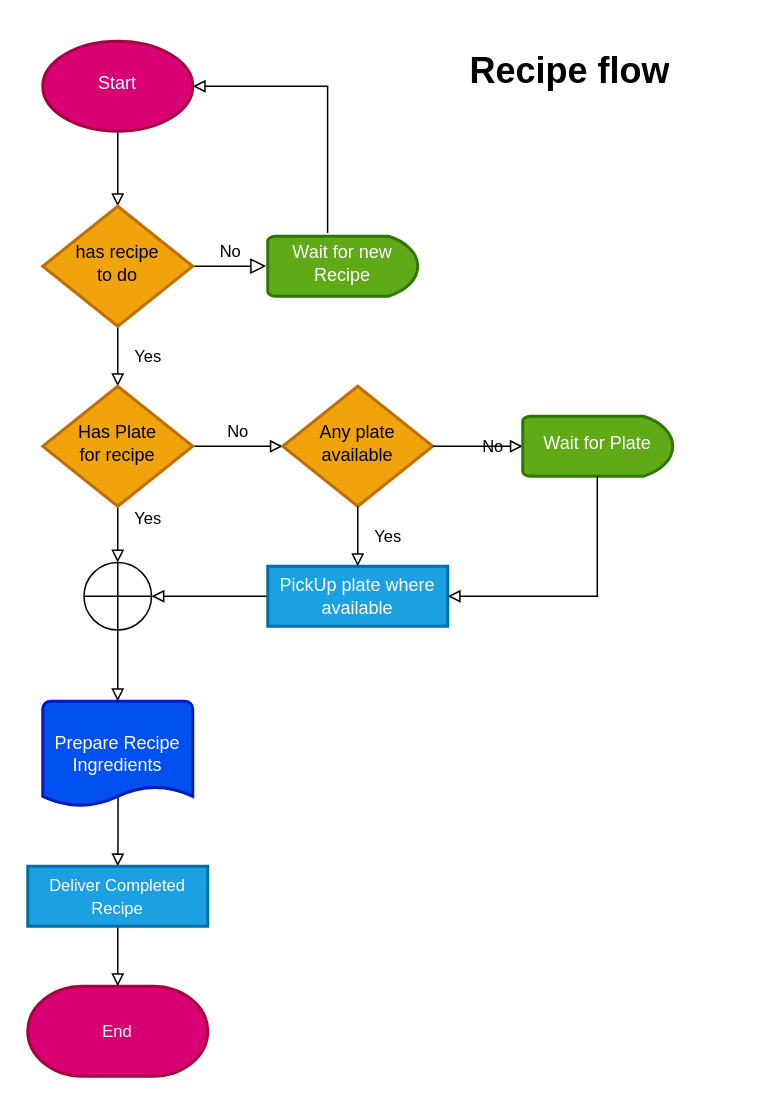
Earlier version of the draw.io diagram page "recipe_flow" (1 of 3) of .github/diagrams/CookedUp_Bot_Logic.drawio (Farfi55/CookedUp). Source tidied: cells renumbered, new cells numbered last; positions are measured from the earlier drawing's top-left corner, leaving out a move shared by most shapes. Both pictures are drawn from the tidied source at 150%, with x=0, y=0 at pixel (27, 40).
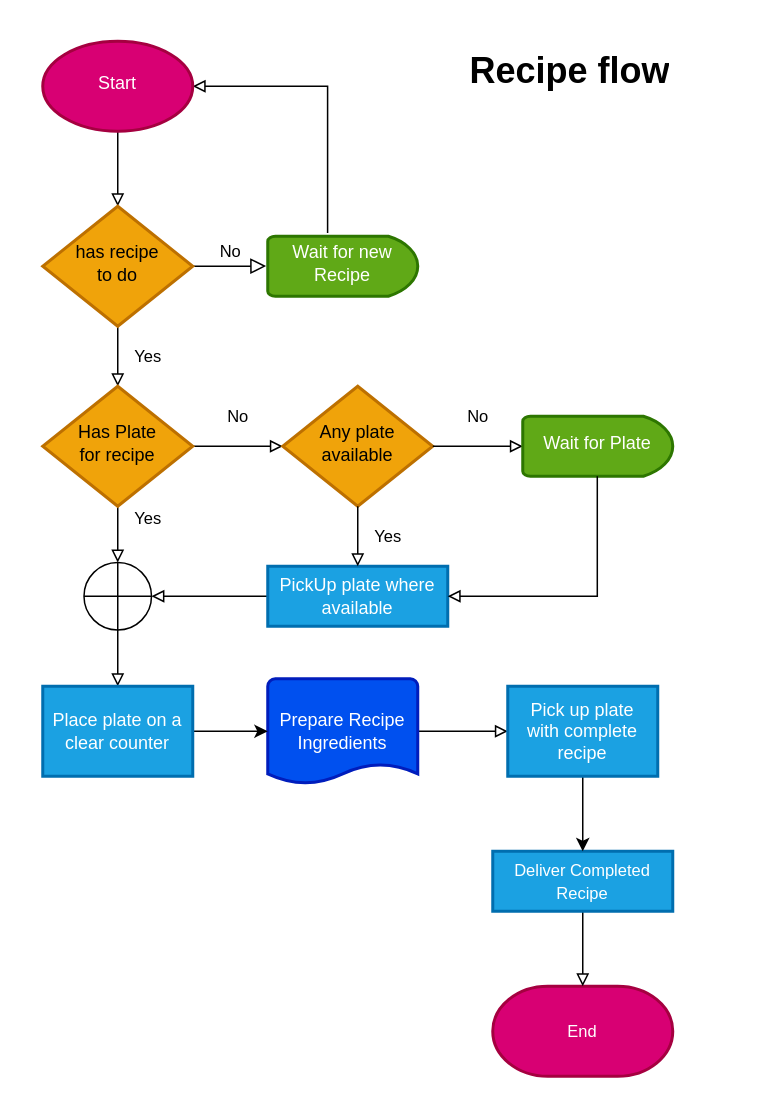
Above is the later version.

The change refers to these unchanged cells:
```xml
<mxCell id="11" value="Has Plate &lt;br&gt;for recipe" style="rhombus;whiteSpace=wrap;html=1;shadow=0;fontFamily=Helvetica;fontSize=12;align=center;strokeWidth=2;spacing=6;spacingTop=-4;fillColor=#f0a30a;fontColor=#000000;strokeColor=#BD7000;rounded=0;" parent="1" vertex="1">
  <mxGeometry x="10" y="230" width="100" height="80" as="geometry" />
</mxCell>
<mxCell id="14" value="Any plate available" style="rhombus;whiteSpace=wrap;html=1;shadow=0;fontFamily=Helvetica;fontSize=12;align=center;strokeWidth=2;spacing=6;spacingTop=-4;fillColor=#f0a30a;fontColor=#000000;strokeColor=#BD7000;rounded=0;" parent="1" vertex="1">
  <mxGeometry x="170" y="230" width="100" height="80" as="geometry" />
</mxCell>
<mxCell id="23" style="verticalLabelPosition=bottom;verticalAlign=top;html=1;shape=mxgraph.flowchart.summing_function;" parent="1" vertex="1">
  <mxGeometry x="37.5" y="347.5" width="45" height="45" as="geometry" />
</mxCell>
```

Change to the diagram source:
```diff
@@
     <mxCell id="8" value="No" style="edgeStyle=orthogonalEdgeStyle;html=1;jettySize=auto;fontSize=11;endArrow=block;endFill=0;strokeWidth=1;shadow=0;labelBackgroundColor=none;exitX=1;exitY=0.5;exitDx=0;exitDy=0;entryX=0;entryY=0.5;entryDx=0;entryDy=0;rounded=0;jumpStyle=none;jumpSize=6;" parent="1" edge="1" source="11" target="14">
-      <mxGeometry y="10" relative="1" as="geometry" />
+      <mxGeometry y="20" relative="1" as="geometry" />
     </mxCell>
@@
     <mxCell id="15" value="No" style="edgeStyle=orthogonalEdgeStyle;html=1;jettySize=auto;fontSize=11;endArrow=block;endFill=0;strokeWidth=1;shadow=0;labelBackgroundColor=none;exitX=1;exitY=0.5;exitDx=0;exitDy=0;rounded=0;jumpStyle=none;jumpSize=6;" parent="1" edge="1" source="14">
-      <mxGeometry y="10" relative="1" as="geometry">
+      <mxGeometry x="-0.01" y="-20" relative="1" as="geometry">
         <mxPoint x="330" y="270" as="targetPoint" />
+        <mxPoint x="20" y="-20" as="offset" />
       </mxGeometry>
     </mxCell>
@@
-    <mxCell id="19" style="edgeStyle=orthogonalEdgeStyle;jettySize=auto;html=1;shadow=0;labelBackgroundColor=none;strokeColor=default;strokeWidth=1;fontFamily=Helvetica;fontSize=11;fontColor=default;endArrow=block;endFill=0;entryX=0.5;entryY=0;entryDx=0;entryDy=0;exitX=0.502;exitY=0.88;exitDx=0;exitDy=0;exitPerimeter=0;rounded=0;jumpStyle=none;jumpSize=6;" parent="1" edge="1" source="20" target="25">
+    <mxCell id="19" style="edgeStyle=orthogonalEdgeStyle;jettySize=auto;html=1;shadow=0;labelBackgroundColor=none;strokeColor=default;strokeWidth=1;fontFamily=Helvetica;fontSize=11;fontColor=default;endArrow=block;endFill=0;entryX=0;entryY=0.5;entryDx=0;entryDy=0;exitX=1;exitY=0.5;exitDx=0;exitDy=0;exitPerimeter=0;rounded=0;jumpStyle=none;jumpSize=6;" parent="1" edge="1" source="20" target="30">
       <mxGeometry relative="1" as="geometry" />
     </mxCell>
     <mxCell id="20" value="&lt;span style=&quot;color: rgb(255, 255, 255); font-family: Helvetica; font-size: 12px; font-style: normal; font-variant-ligatures: normal; font-variant-caps: normal; font-weight: 400; letter-spacing: normal; orphans: 2; text-align: center; text-indent: 0px; text-transform: none; widows: 2; word-spacing: 0px; -webkit-text-stroke-width: 0px; text-decoration-thickness: initial; text-decoration-style: initial; text-decoration-color: initial; float: none; display: inline !important;&quot;&gt;Prepare Recipe Ingredients&lt;/span&gt;" style="strokeWidth=2;html=1;shape=mxgraph.flowchart.document2;whiteSpace=wrap;size=0.1870129870129879;fontFamily=Helvetica;fontSize=11;fillColor=#0050ef;strokeColor=#001DBC;fontColor=#ffffff;rounded=0;" parent="1" vertex="1">
-      <mxGeometry x="10" y="440" width="100" height="70" as="geometry" />
+      <mxGeometry x="160" y="425" width="100" height="70" as="geometry" />
     </mxCell>
     <mxCell id="21" value="End" style="strokeWidth=2;html=1;shape=mxgraph.flowchart.terminator;whiteSpace=wrap;labelBackgroundColor=none;fontFamily=Helvetica;fontSize=11;fontColor=#ffffff;fillColor=#d80073;strokeColor=#A50040;rounded=0;" parent="1" vertex="1">
-      <mxGeometry y="630" width="120" height="60" as="geometry" />
+      <mxGeometry x="310" y="630" width="120" height="60" as="geometry" />
     </mxCell>
-    <mxCell id="22" style="edgeStyle=orthogonalEdgeStyle;jettySize=auto;html=1;entryX=0.5;entryY=0;entryDx=0;entryDy=0;entryPerimeter=0;labelBackgroundColor=none;endArrow=block;rounded=0;shadow=0;strokeWidth=1;endFill=0;" parent="1" edge="1" source="23" target="20">
+    <mxCell id="22" style="edgeStyle=orthogonalEdgeStyle;jettySize=auto;html=1;entryX=0.5;entryY=0;entryDx=0;entryDy=0;labelBackgroundColor=none;endArrow=block;rounded=0;shadow=0;strokeWidth=1;endFill=0;" parent="1" edge="1" source="23" target="28">
       <mxGeometry relative="1" as="geometry" />
     </mxCell>
@@
     <mxCell id="25" value="&lt;span style=&quot;font-size: 11px;&quot;&gt;Deliver Completed Recipe&lt;/span&gt;" style="rounded=0;whiteSpace=wrap;html=1;fontSize=12;glass=0;strokeWidth=2;shadow=0;fillColor=#1ba1e2;fontColor=#ffffff;strokeColor=#006EAF;" parent="1" vertex="1">
-      <mxGeometry y="550" width="120" height="40" as="geometry" />
+      <mxGeometry x="310" y="540" width="120" height="40" as="geometry" />
     </mxCell>
@@
+    <mxCell id="27" style="edgeStyle=orthogonalEdgeStyle;rounded=0;jettySize=auto;html=1;entryX=0;entryY=0.5;entryDx=0;entryDy=0;entryPerimeter=0;" parent="1" edge="1" source="28" target="20">
+      <mxGeometry relative="1" as="geometry" />
+    </mxCell>
+    <mxCell id="28" value="Place plate on a clear counter" style="rounded=0;whiteSpace=wrap;html=1;absoluteArcSize=1;arcSize=14;strokeWidth=2;fontFamily=Helvetica;fontSize=12;fontColor=#ffffff;fillColor=#1ba1e2;strokeColor=#006EAF;" parent="1" vertex="1">
+      <mxGeometry x="10" y="430" width="100" height="60" as="geometry" />
+    </mxCell>
+    <mxCell id="29" style="edgeStyle=orthogonalEdgeStyle;rounded=0;jettySize=auto;html=1;exitX=0.5;exitY=1;exitDx=0;exitDy=0;entryX=0.5;entryY=0;entryDx=0;entryDy=0;" parent="1" edge="1" source="30" target="25">
+      <mxGeometry relative="1" as="geometry" />
+    </mxCell>
+    <mxCell id="30" value="Pick up plate&lt;br&gt;with complete recipe" style="rounded=0;whiteSpace=wrap;html=1;absoluteArcSize=1;arcSize=14;strokeWidth=2;fontFamily=Helvetica;fontSize=12;fontColor=#ffffff;fillColor=#1ba1e2;strokeColor=#006EAF;" parent="1" vertex="1">
+      <mxGeometry x="320" y="430" width="100" height="60" as="geometry" />
+    </mxCell>
```
